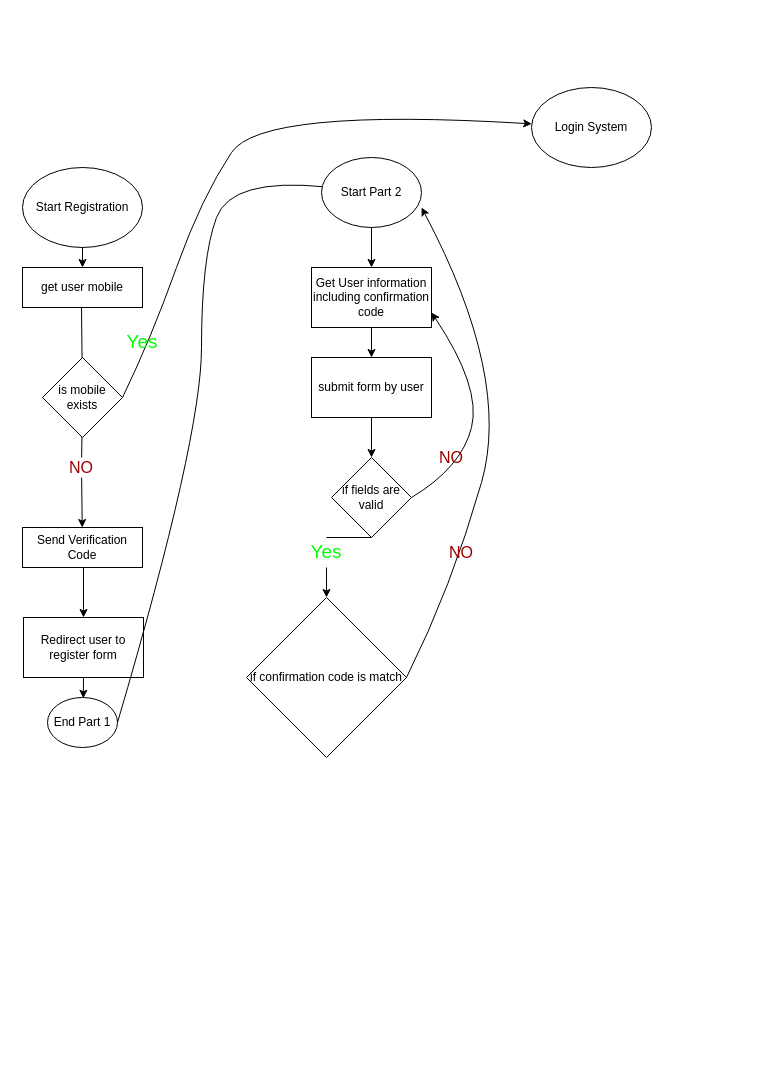
Above: Untitled Diagram.drawio in sanjarani/api (draw.io), before the change. Source tidied: cells renumbered, new cells numbered last; positions are measured from the earlier drawing's top-left corner, leaving out a move shared by most shapes. Both pictures are drawn from the tidied source at 100%, with x=0, y=0 at pixel (22, 87).
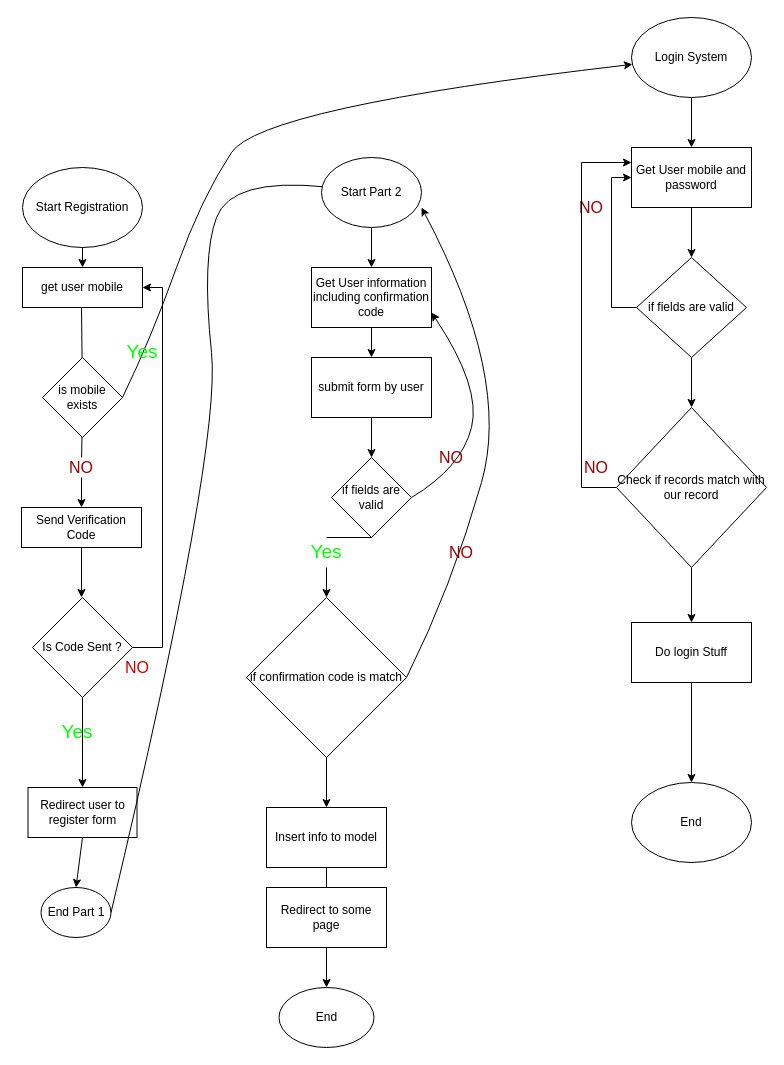
Above is the later version.

Commit message:
login and register logic

Unchanged cells that the change refers to:
```xml
<mxCell id="4" value="&lt;div&gt;get user mobile&lt;/div&gt;" style="rounded=0;whiteSpace=wrap;html=1;" parent="1" vertex="1">
  <mxGeometry y="180" width="120" height="40" as="geometry" />
</mxCell>
<mxCell id="27" value="if confirmation code is match" style="rhombus;whiteSpace=wrap;html=1;" parent="1" vertex="1">
  <mxGeometry x="224" y="510" width="160" height="160" as="geometry" />
</mxCell>
```

What changed in the source:
```diff
@@
     <mxCell id="6" value="Send Verification Code" style="rounded=0;whiteSpace=wrap;html=1;" parent="1" vertex="1">
-      <mxGeometry y="440" width="120" height="40" as="geometry" />
+      <mxGeometry x="-1" y="420" width="120" height="40" as="geometry" />
     </mxCell>
-    <mxCell id="7" style="endArrow=classic;html=1;" parent="1" edge="1">
+    <mxCell id="7" style="endArrow=classic;html=1;exitX=0.5;exitY=1;exitDx=0;exitDy=0;" parent="1" edge="1" source="6">
       <mxGeometry relative="1" as="geometry">
-        <mxPoint x="61" y="480" as="sourcePoint" />
-        <mxPoint x="61" y="530" as="targetPoint" />
+        <mxPoint x="59" y="510" as="targetPoint" />
       </mxGeometry>
     </mxCell>
     <mxCell id="8" value="Redirect user to register form" style="rounded=0;whiteSpace=wrap;html=1;" parent="1" vertex="1">
-      <mxGeometry x="1" y="530" width="120" height="60" as="geometry" />
+      <mxGeometry x="5.5" y="700" width="109" height="50" as="geometry" />
     </mxCell>
-    <mxCell id="9" style="endArrow=classic;html=1;exitX=0.5;exitY=1;exitDx=0;exitDy=0;" parent="1" edge="1" source="8">
-      <mxGeometry relative="1" as="geometry">
-        <mxPoint x="60.8" y="610.8" as="targetPoint" />
-      </mxGeometry>
+    <mxCell id="9" style="endArrow=classic;html=1;exitX=0.5;exitY=1;exitDx=0;exitDy=0;entryX=0.5;entryY=0;entryDx=0;entryDy=0;" parent="1" edge="1" source="8" target="10">
+      <mxGeometry relative="1" as="geometry" />
     </mxCell>
     <mxCell id="10" value="&lt;div&gt;End Part 1&lt;/div&gt;" style="ellipse;whiteSpace=wrap;html=1;" parent="1" vertex="1">
-      <mxGeometry x="25" y="610" width="70" height="50" as="geometry" />
+      <mxGeometry x="18.5" y="800" width="70" height="50" as="geometry" />
     </mxCell>
     <mxCell id="11" style="curved=1;endArrow=classic;html=1;exitX=1;exitY=0.5;exitDx=0;exitDy=0;" parent="1" edge="1" source="10">
       <mxGeometry relative="1" as="geometry">
         <mxPoint x="309" y="100" as="targetPoint" />
         <Array as="points">
-          <mxPoint x="179" y="350" />
+          <mxPoint x="199" y="360" />
           <mxPoint x="179" y="170" />
           <mxPoint x="209" y="90" />
         </Array>
       </mxGeometry>
     </mxCell>
@@
+    <mxCell id="34" style="edgeStyle=orthogonalEdgeStyle;rounded=0;jettySize=auto;html=1;entryX=0.5;entryY=0;entryDx=0;entryDy=0;" parent="1" edge="1" source="22" target="46">
+      <mxGeometry relative="1" as="geometry" />
+    </mxCell>
     <mxCell id="22" value="Login System" style="ellipse;whiteSpace=wrap;html=1;" parent="1" vertex="1">
-      <mxGeometry x="509" width="120" height="80" as="geometry" />
+      <mxGeometry x="609" y="-70" width="120" height="80" as="geometry" />
     </mxCell>
     <mxCell id="23" value="&lt;p style=&quot;line-height: 190% ; font-size: 19px&quot;&gt;&lt;font style=&quot;font-size: 19px&quot; color=&quot;#00FF00&quot;&gt;Yes&lt;/font&gt;&lt;/p&gt;" style="text;html=1;strokeColor=none;fillColor=none;align=center;verticalAlign=middle;whiteSpace=wrap;rounded=0;" parent="1" vertex="1">
-      <mxGeometry x="95" y="240" width="50" height="30" as="geometry" />
+      <mxGeometry x="95" y="250" width="50" height="30" as="geometry" />
     </mxCell>
@@
+    <mxCell id="35" style="endArrow=classic;html=1;exitX=0.5;exitY=1;exitDx=0;exitDy=0;" parent="1" edge="1" source="27" target="36">
+      <mxGeometry relative="1" as="geometry" />
+    </mxCell>
+    <mxCell id="36" value="Insert info to model" style="rounded=0;whiteSpace=wrap;html=1;" parent="1" vertex="1">
+      <mxGeometry x="244" y="720" width="120" height="60" as="geometry" />
+    </mxCell>
+    <mxCell id="37" style="endArrow=classic;html=1;exitX=0.5;exitY=1;exitDx=0;exitDy=0;" parent="1" edge="1" source="36" target="38">
+      <mxGeometry relative="1" as="geometry" />
+    </mxCell>
+    <mxCell id="38" value="&lt;div&gt;End&lt;/div&gt;" style="ellipse;whiteSpace=wrap;html=1;" parent="1" vertex="1">
+      <mxGeometry x="256.5" y="900" width="95" height="60" as="geometry" />
+    </mxCell>
+    <mxCell id="39" value="Redirect to some page" style="rounded=0;whiteSpace=wrap;html=1;" parent="1" vertex="1">
+      <mxGeometry x="244" y="800" width="120" height="60" as="geometry" />
+    </mxCell>
+    <mxCell id="40" style="edgeStyle=orthogonalEdgeStyle;rounded=0;jettySize=auto;html=1;" parent="1" edge="1" source="42" target="8">
+      <mxGeometry relative="1" as="geometry" />
+    </mxCell>
+    <mxCell id="41" style="edgeStyle=orthogonalEdgeStyle;rounded=0;jettySize=auto;html=1;entryX=1;entryY=0.5;entryDx=0;entryDy=0;" parent="1" edge="1" source="42" target="4">
+      <mxGeometry relative="1" as="geometry">
+        <Array as="points">
+          <mxPoint x="140" y="560" />
+          <mxPoint x="140" y="200" />
+        </Array>
+      </mxGeometry>
+    </mxCell>
+    <mxCell id="42" value="&lt;div&gt;Is Code Sent ?&lt;/div&gt;" style="rhombus;whiteSpace=wrap;html=1;" parent="1" vertex="1">
+      <mxGeometry x="10" y="510" width="100" height="100" as="geometry" />
+    </mxCell>
+    <mxCell id="43" value="&lt;font style=&quot;font-size: 16px&quot; color=&quot;#CC0000&quot;&gt;NO&lt;/font&gt;" style="text;html=1;strokeColor=none;fillColor=none;align=center;verticalAlign=middle;whiteSpace=wrap;rounded=0;" parent="1" vertex="1">
+      <mxGeometry x="95" y="570" width="40" height="20" as="geometry" />
+    </mxCell>
+    <mxCell id="44" value="&lt;p style=&quot;line-height: 190% ; font-size: 19px&quot;&gt;&lt;font style=&quot;font-size: 19px&quot; color=&quot;#00FF00&quot;&gt;Yes&lt;/font&gt;&lt;/p&gt;" style="text;html=1;strokeColor=none;fillColor=none;align=center;verticalAlign=middle;whiteSpace=wrap;rounded=0;" parent="1" vertex="1">
+      <mxGeometry x="-5.5" y="595" width="120" height="100" as="geometry" />
+    </mxCell>
+    <mxCell id="45" style="edgeStyle=orthogonalEdgeStyle;rounded=0;jettySize=auto;html=1;" parent="1" edge="1" source="46" target="49">
+      <mxGeometry relative="1" as="geometry" />
+    </mxCell>
+    <mxCell id="46" value="Get User mobile and password" style="rounded=0;whiteSpace=wrap;html=1;" parent="1" vertex="1">
+      <mxGeometry x="609" y="60" width="120" height="60" as="geometry" />
+    </mxCell>
+    <mxCell id="47" style="edgeStyle=orthogonalEdgeStyle;rounded=0;jettySize=auto;html=1;entryX=0;entryY=0.5;entryDx=0;entryDy=0;" parent="1" edge="1" source="49" target="46">
+      <mxGeometry relative="1" as="geometry">
+        <Array as="points">
+          <mxPoint x="589" y="220" />
+          <mxPoint x="589" y="90" />
+        </Array>
+      </mxGeometry>
+    </mxCell>
+    <mxCell id="48" style="edgeStyle=orthogonalEdgeStyle;rounded=0;jettySize=auto;html=1;" parent="1" edge="1" source="49" target="53">
+      <mxGeometry relative="1" as="geometry" />
+    </mxCell>
+    <mxCell id="49" value="if fields are valid" style="rhombus;whiteSpace=wrap;html=1;" parent="1" vertex="1">
+      <mxGeometry x="614" y="170" width="110" height="100" as="geometry" />
+    </mxCell>
+    <mxCell id="50" value="&lt;font style=&quot;font-size: 16px&quot; color=&quot;#990000&quot;&gt;NO&lt;/font&gt;" style="text;html=1;strokeColor=none;fillColor=none;align=center;verticalAlign=middle;whiteSpace=wrap;rounded=0;" parent="1" vertex="1">
+      <mxGeometry x="549" y="110" width="40" height="20" as="geometry" />
+    </mxCell>
+    <mxCell id="51" style="edgeStyle=orthogonalEdgeStyle;rounded=0;jettySize=auto;html=1;entryX=0;entryY=0.25;entryDx=0;entryDy=0;" parent="1" edge="1" source="53" target="46">
+      <mxGeometry relative="1" as="geometry">
+        <Array as="points">
+          <mxPoint x="559" y="400" />
+          <mxPoint x="559" y="75" />
+        </Array>
+      </mxGeometry>
+    </mxCell>
+    <mxCell id="52" style="edgeStyle=orthogonalEdgeStyle;rounded=0;jettySize=auto;html=1;entryX=0.5;entryY=0;entryDx=0;entryDy=0;" parent="1" edge="1" source="53" target="56">
+      <mxGeometry relative="1" as="geometry" />
+    </mxCell>
+    <mxCell id="53" value="Check if records match with our record" style="rhombus;whiteSpace=wrap;html=1;" parent="1" vertex="1">
+      <mxGeometry x="594" y="320" width="150" height="160" as="geometry" />
+    </mxCell>
+    <mxCell id="54" value="&lt;font style=&quot;font-size: 16px&quot; color=&quot;#990000&quot;&gt;NO&lt;/font&gt;" style="text;html=1;strokeColor=none;fillColor=none;align=center;verticalAlign=middle;whiteSpace=wrap;rounded=0;" parent="1" vertex="1">
+      <mxGeometry x="554" y="370" width="40" height="20" as="geometry" />
+    </mxCell>
+    <mxCell id="55" style="edgeStyle=orthogonalEdgeStyle;rounded=0;jettySize=auto;html=1;" parent="1" edge="1" source="56" target="57">
+      <mxGeometry relative="1" as="geometry" />
+    </mxCell>
+    <mxCell id="56" value="Do login Stuff" style="rounded=0;whiteSpace=wrap;html=1;" parent="1" vertex="1">
+      <mxGeometry x="609" y="535" width="120" height="60" as="geometry" />
+    </mxCell>
+    <mxCell id="57" value="End" style="ellipse;whiteSpace=wrap;html=1;" parent="1" vertex="1">
+      <mxGeometry x="609" y="695" width="120" height="80" as="geometry" />
+    </mxCell>
```
